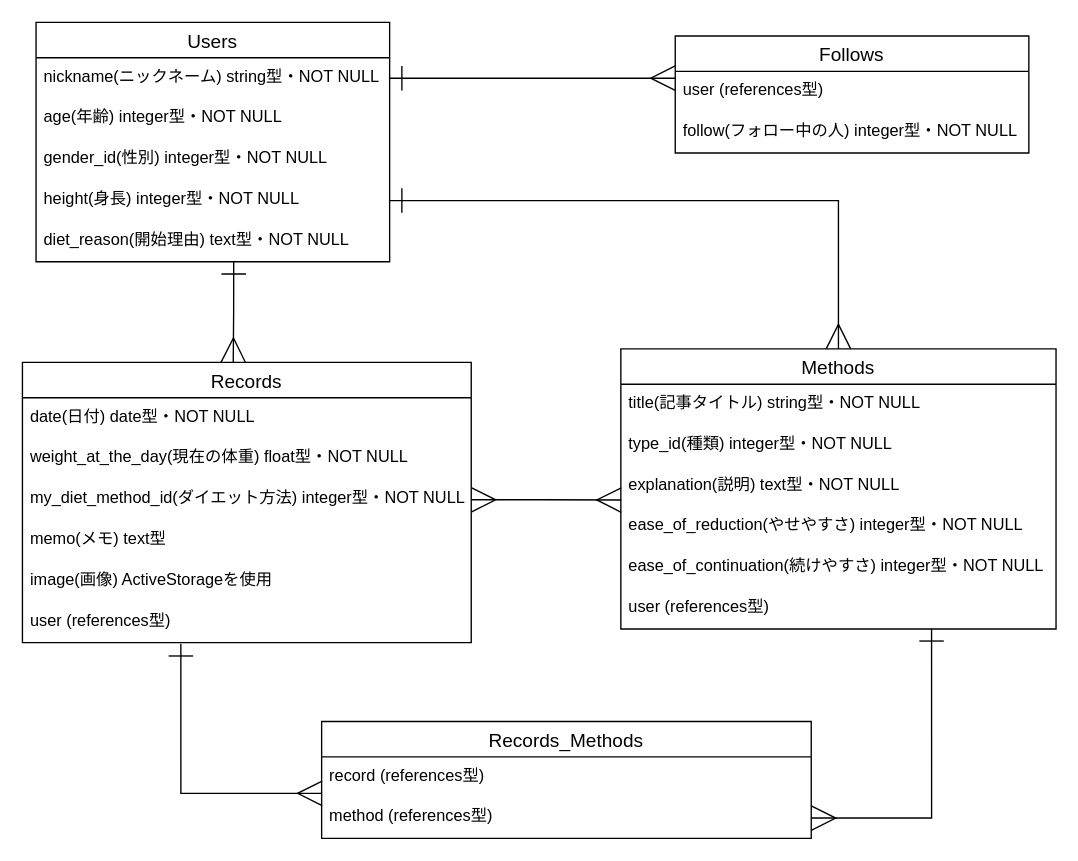
Before: database.dio in NUKEDO/diet-app-31127, a draw.io diagram. Source tidied: cells renumbered, new cells numbered last; positions are measured from the earlier drawing's top-left corner, leaving out a move shared by most shapes. Both pictures are drawn from the tidied source at 136%, with x=0, y=0 at pixel (22, 22).
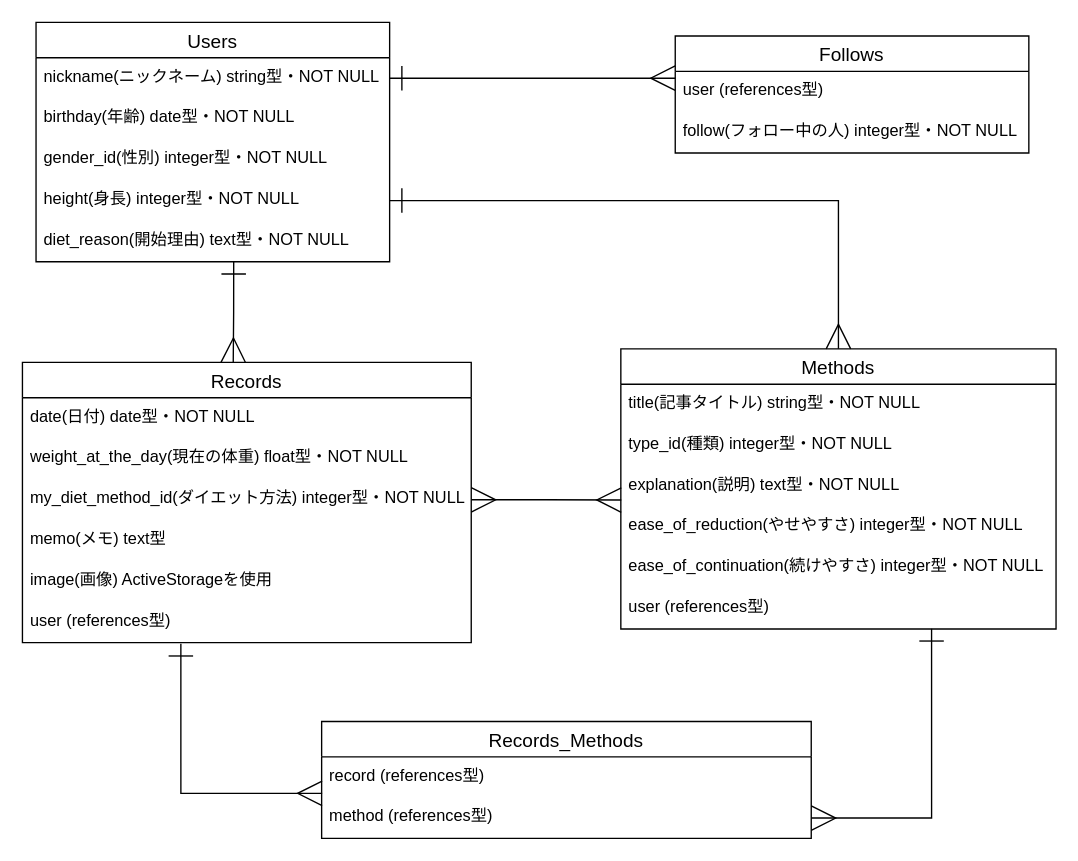
Above is the later version.

Unchanged cells that the change refers to:
```xml
<mxCell id="9" value="Users" style="swimlane;fontStyle=0;horizontal=1;startSize=26;align=center;fontSize=14;" parent="1" vertex="1">
  <mxGeometry x="10" width="260" height="176" as="geometry" />
</mxCell>
```

The edit, as a diff of the source:
```diff
@@
-    <mxCell id="11" value="age(年齢) integer型・NOT NULL" style="text;strokeColor=none;fillColor=none;spacingLeft=4;spacingRight=4;overflow=hidden;fontSize=12;" parent="9" vertex="1">
+    <mxCell id="11" value="birthday(年齢) date型・NOT NULL" style="text;strokeColor=none;fillColor=none;spacingLeft=4;spacingRight=4;overflow=hidden;fontSize=12;" parent="9" vertex="1">
       <mxGeometry y="56" width="260" height="30" as="geometry" />
     </mxCell>
```
